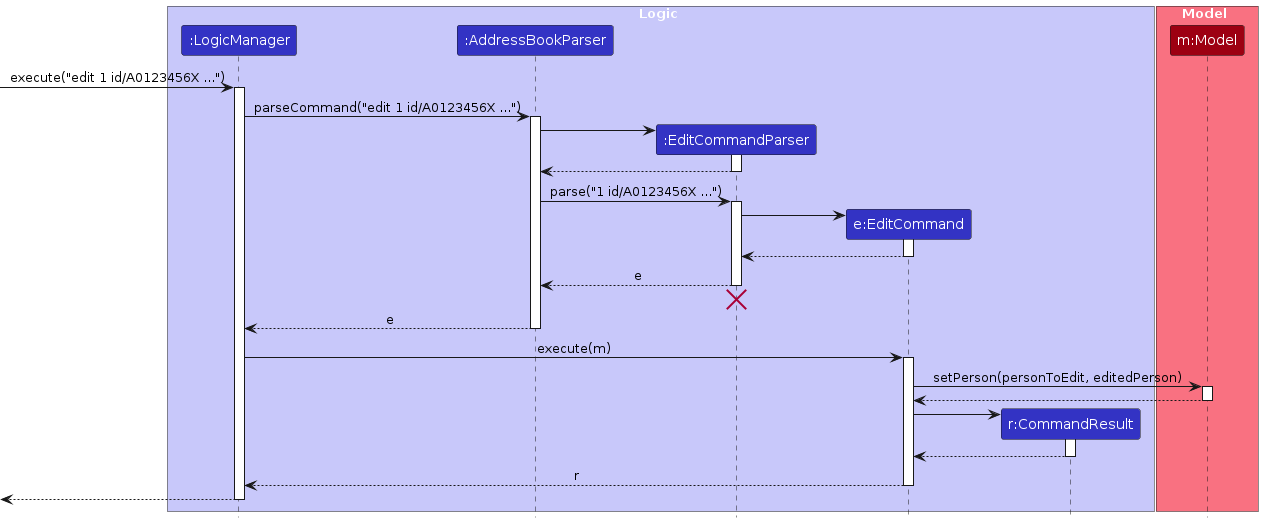
AY2526S2-CS2103T-F10-3/tp keeps this PlantUML diagram as diagrams/EditSequenceDiagram.png. Above is the earlier version. Its source is kept beside it as diagrams/EditSequenceDiagram.puml.
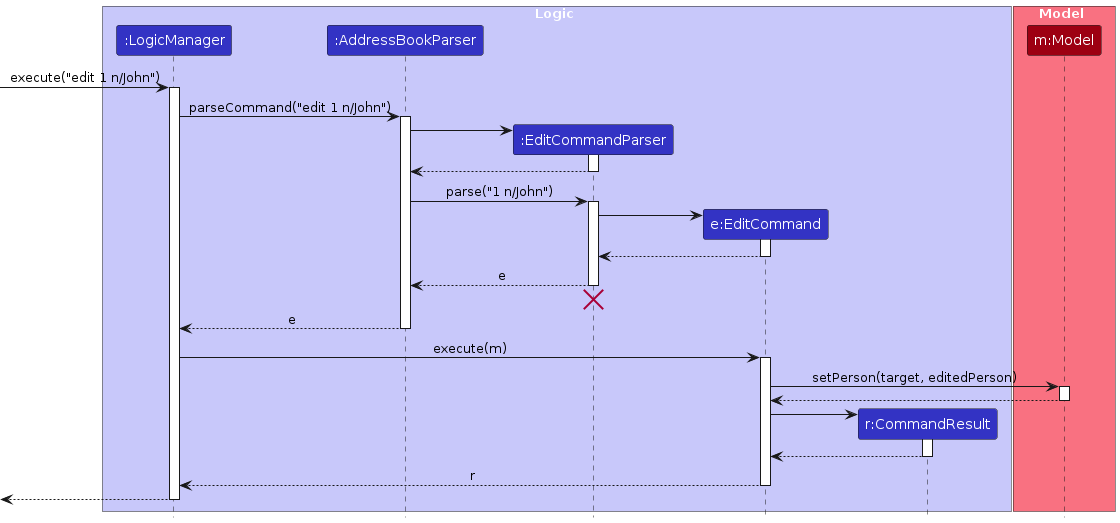
Later version of the same file.

What changed in the source:
```diff
@@ -14,10 +14,10 @@
 participant "m:Model" as Model MODEL_COLOR
 end box
 
-[-> LogicManager : execute("edit 1 id/A0123456X ...")
+[-> LogicManager : execute("edit 1 n/John")
 activate LogicManager
 
-LogicManager -> AddressBookParser : parseCommand("edit 1 id/A0123456X ...")
+LogicManager -> AddressBookParser : parseCommand("edit 1 n/John")
 activate AddressBookParser
 
 create EditCommandParser
@@ -27,7 +27,7 @@
 EditCommandParser --> AddressBookParser
 deactivate EditCommandParser
 
-AddressBookParser -> EditCommandParser : parse("1 id/A0123456X ...")
+AddressBookParser -> EditCommandParser : parse("1 n/John")
 activate EditCommandParser
 
 create EditCommand
@@ -48,7 +48,7 @@
 LogicManager -> EditCommand : execute(m)
 activate EditCommand
 
-EditCommand -> Model : setPerson(personToEdit, editedPerson)
+EditCommand -> Model : setPerson(target, editedPerson)
 activate Model
 
 Model --> EditCommand
```
